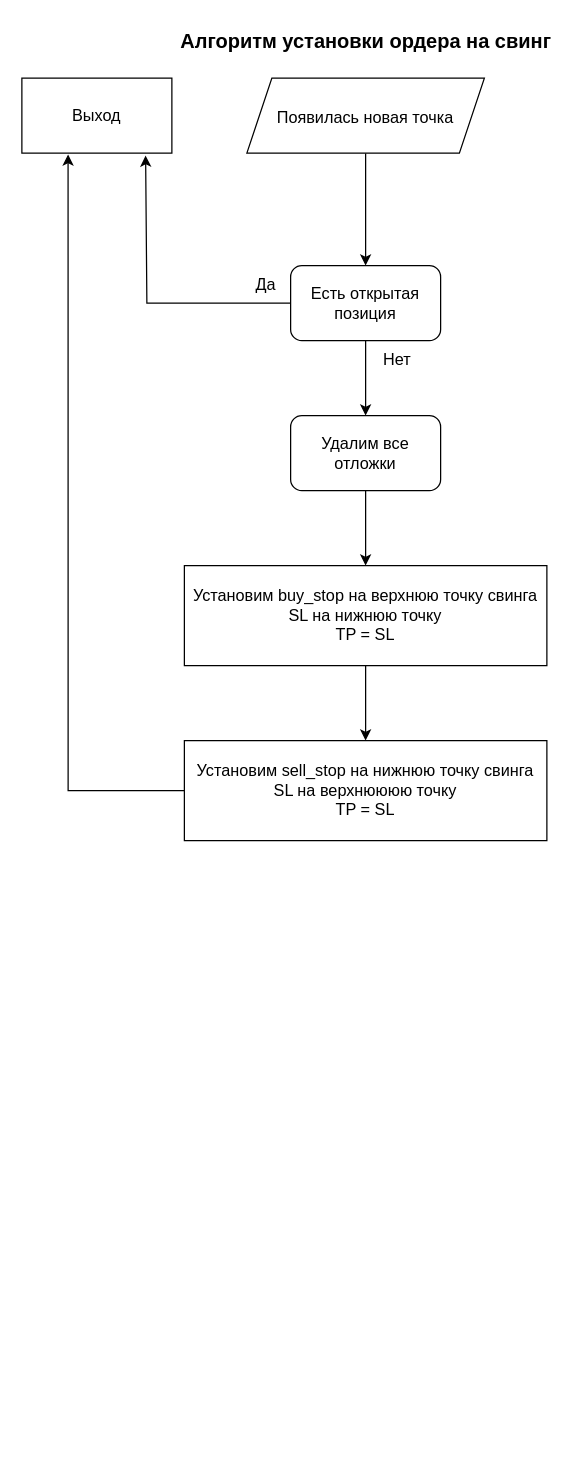
This is Schemas/Trade/FindEntryPoints/Entry points types/Set Pending Orders  on the swing.drawio from Sleem28/Thesis-project, a draw.io file, before an edit. Source tidied: cells renumbered, new cells numbered last; positions are measured from the earlier drawing's top-left corner, leaving out a move shared by most shapes. Both pictures are drawn from the tidied source at 125%, with x=0, y=0 at pixel (21, 21).
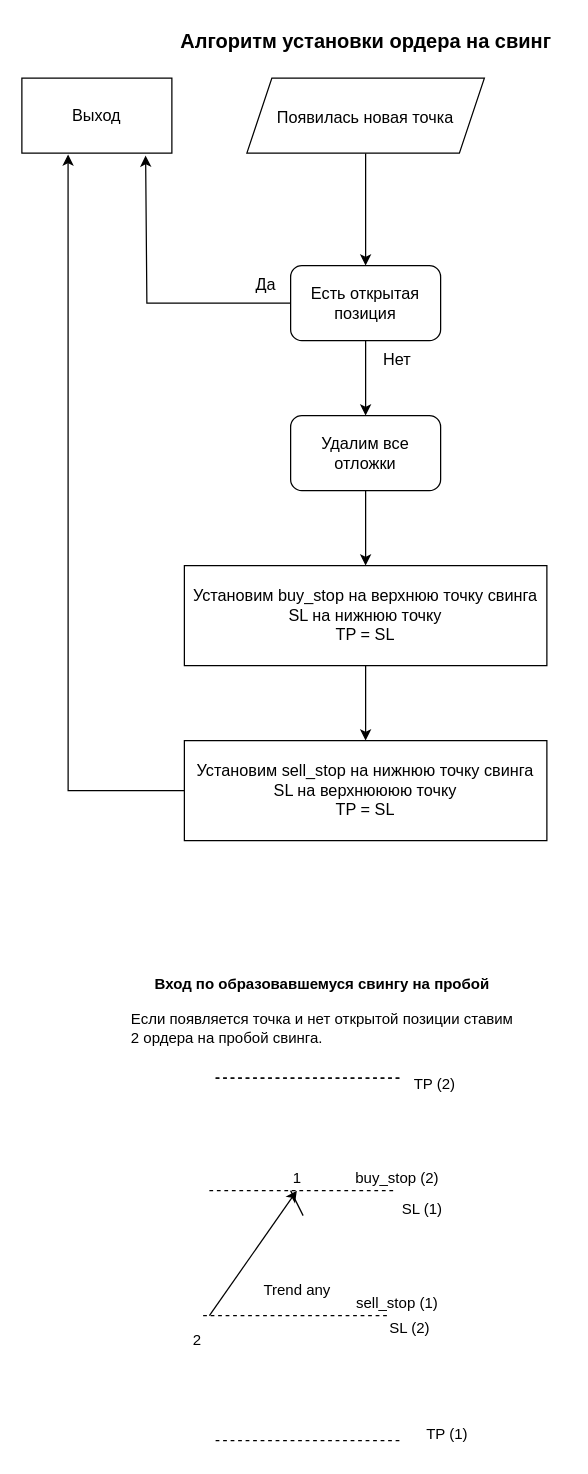
The same page after the edit.

The edit, as a diff of the source:
```diff
@@
+    <mxCell id="17" value="2" style="text;html=1;align=center;verticalAlign=middle;strokeColor=none;fillColor=none;" parent="1" vertex="1">
+      <mxGeometry x="125" y="1040" width="30" height="30" as="geometry" />
+    </mxCell>
+    <mxCell id="18" value="&lt;b&gt;Вход по образовавшемуся свингу на пробой&lt;/b&gt;" style="text;html=1;align=center;verticalAlign=middle;strokeColor=none;fillColor=none;" parent="1" vertex="1">
+      <mxGeometry x="95" y="755" width="290" height="30" as="geometry" />
+    </mxCell>
+    <mxCell id="19" value="Если появляется точка и нет открытой позиции ставим&lt;br&gt;&lt;div style=&quot;text-align: justify;&quot;&gt;2 ордера на пробой свинга.&lt;/div&gt;" style="text;html=1;align=center;verticalAlign=middle;strokeColor=none;fillColor=none;" parent="1" vertex="1">
+      <mxGeometry x="75" y="785" width="330" height="40" as="geometry" />
+    </mxCell>
+    <mxCell id="20" style="endArrow=classic;html=1;rounded=0;" parent="1" edge="1">
+      <mxGeometry relative="1" as="geometry">
+        <mxPoint x="150" y="1035" as="sourcePoint" />
+        <mxPoint x="220" y="935" as="targetPoint" />
+      </mxGeometry>
+    </mxCell>
+    <mxCell id="21" value="1" style="text;html=1;align=center;verticalAlign=middle;strokeColor=none;fillColor=none;" parent="1" vertex="1">
+      <mxGeometry x="205" y="910" width="30" height="30" as="geometry" />
+    </mxCell>
+    <mxCell id="22" style="endArrow=none;dashed=1;html=1;rounded=0;" parent="1" edge="1">
+      <mxGeometry relative="1" as="geometry">
+        <mxPoint x="150" y="935" as="sourcePoint" />
+        <mxPoint x="300" y="935" as="targetPoint" />
+        <Array as="points">
+          <mxPoint x="235" y="935" />
+        </Array>
+      </mxGeometry>
+    </mxCell>
+    <mxCell id="23" value="buy_stop (2)" style="text;html=1;align=center;verticalAlign=middle;strokeColor=none;fillColor=none;" parent="1" vertex="1">
+      <mxGeometry x="255" y="910" width="90" height="30" as="geometry" />
+    </mxCell>
+    <mxCell id="24" style="endArrow=none;dashed=1;html=1;rounded=0;" parent="1" edge="1">
+      <mxGeometry relative="1" as="geometry">
+        <mxPoint x="145" y="1035" as="sourcePoint" />
+        <mxPoint x="295" y="1035" as="targetPoint" />
+      </mxGeometry>
+    </mxCell>
+    <mxCell id="25" value="SL (2)" style="text;html=1;align=center;verticalAlign=middle;strokeColor=none;fillColor=none;" parent="1" vertex="1">
+      <mxGeometry x="280" y="1030" width="60" height="30" as="geometry" />
+    </mxCell>
+    <mxCell id="26" style="endArrow=none;dashed=1;html=1;rounded=0;" parent="1" edge="1">
+      <mxGeometry relative="1" as="geometry">
+        <mxPoint x="155" y="845" as="sourcePoint" />
+        <mxPoint x="305" y="845" as="targetPoint" />
+      </mxGeometry>
+    </mxCell>
+    <mxCell id="27" style="endArrow=none;html=1;rounded=0;" parent="1" edge="1">
+      <mxGeometry relative="1" as="geometry">
+        <mxPoint x="215" y="935" as="sourcePoint" />
+        <mxPoint x="225" y="955" as="targetPoint" />
+      </mxGeometry>
+    </mxCell>
+    <mxCell id="28" value="Trend any" style="text;html=1;align=center;verticalAlign=middle;strokeColor=none;fillColor=none;" parent="1" vertex="1">
+      <mxGeometry x="180" y="1000" width="80" height="30" as="geometry" />
+    </mxCell>
+    <mxCell id="29" value="sell_stop (1)" style="text;html=1;align=center;verticalAlign=middle;strokeColor=none;fillColor=none;" parent="1" vertex="1">
+      <mxGeometry x="255" y="1010" width="90" height="30" as="geometry" />
+    </mxCell>
+    <mxCell id="30" style="endArrow=none;dashed=1;html=1;rounded=0;" parent="1" edge="1">
+      <mxGeometry relative="1" as="geometry">
+        <mxPoint x="155" y="845" as="sourcePoint" />
+        <mxPoint x="305" y="845" as="targetPoint" />
+        <Array as="points">
+          <mxPoint x="235" y="845" />
+        </Array>
+      </mxGeometry>
+    </mxCell>
+    <mxCell id="31" style="endArrow=none;dashed=1;html=1;rounded=0;" parent="1" edge="1">
+      <mxGeometry relative="1" as="geometry">
+        <mxPoint x="155" y="1135" as="sourcePoint" />
+        <mxPoint x="305" y="1135" as="targetPoint" />
+        <Array as="points">
+          <mxPoint x="235" y="1135" />
+        </Array>
+      </mxGeometry>
+    </mxCell>
+    <mxCell id="32" value="SL (1)" style="text;html=1;align=center;verticalAlign=middle;strokeColor=none;fillColor=none;" parent="1" vertex="1">
+      <mxGeometry x="290" y="935" width="60" height="30" as="geometry" />
+    </mxCell>
+    <mxCell id="33" value="TP (2)" style="text;html=1;align=center;verticalAlign=middle;strokeColor=none;fillColor=none;" parent="1" vertex="1">
+      <mxGeometry x="300" y="835" width="60" height="30" as="geometry" />
+    </mxCell>
+    <mxCell id="34" value="TP (1)" style="text;html=1;align=center;verticalAlign=middle;strokeColor=none;fillColor=none;" parent="1" vertex="1">
+      <mxGeometry x="310" y="1115" width="60" height="30" as="geometry" />
+    </mxCell>
```
